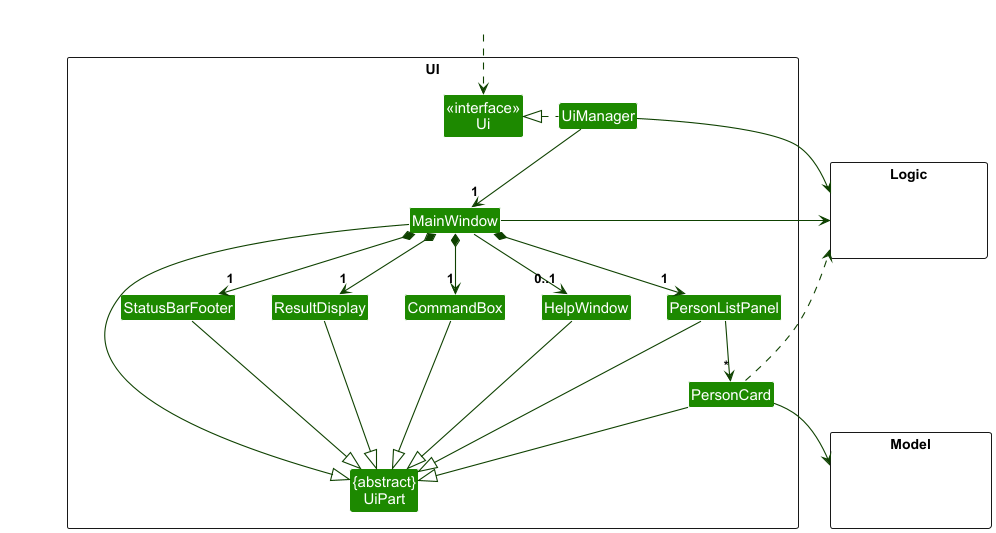
Before: docs/images/UiClassDiagram.png, a diagram exported from PlantUML (Itsdaodao/tp).
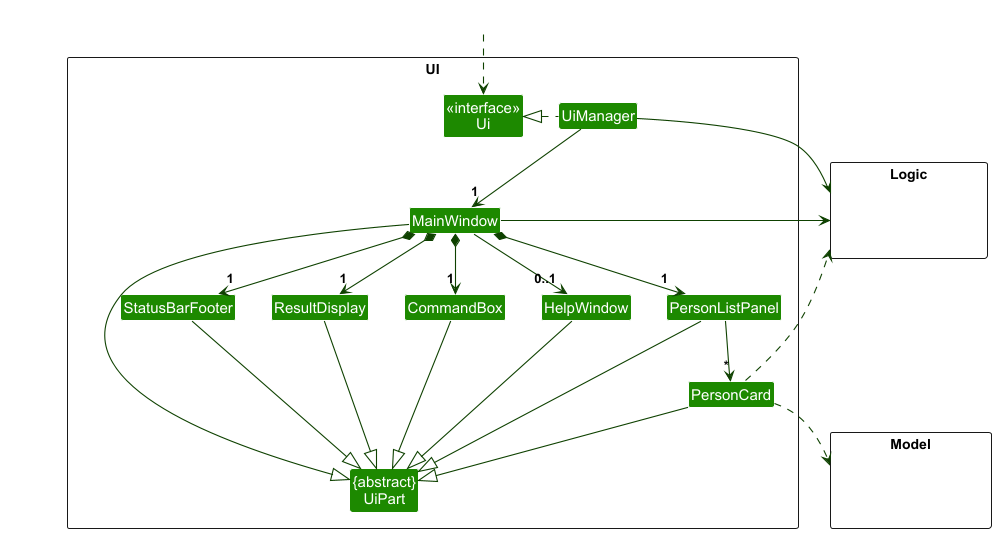
The same file after the commit.

Diff of the diagram source:
```diff
@@ -47,7 +47,7 @@
 StatusBarFooter --|> UiPart
 HelpWindow --|> UiPart
 
-PersonCard --> Model
+PersonCard ..> Model
 PersonCard ..> Logic
 UiManager -right-> Logic
 MainWindow -left-> Logic
```
